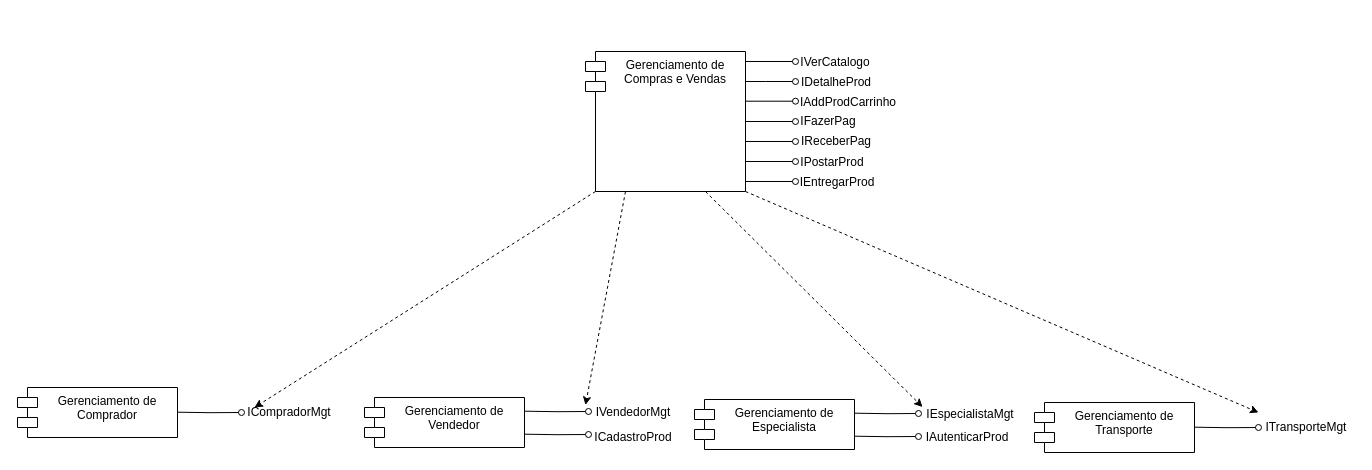
Before: page "Diagrama de Aquitetura de Componentes" (7 of 9) of DiagramasDeModelagem.drawio in luca-moraes/projetoCorintoModelagem, a draw.io diagram. Source tidied: cells renumbered, new cells numbered last; positions are measured from the earlier drawing's top-left corner, leaving out a move shared by most shapes. Both pictures are drawn from the tidied source at 100%, with x=0, y=0 at pixel (17, 47).
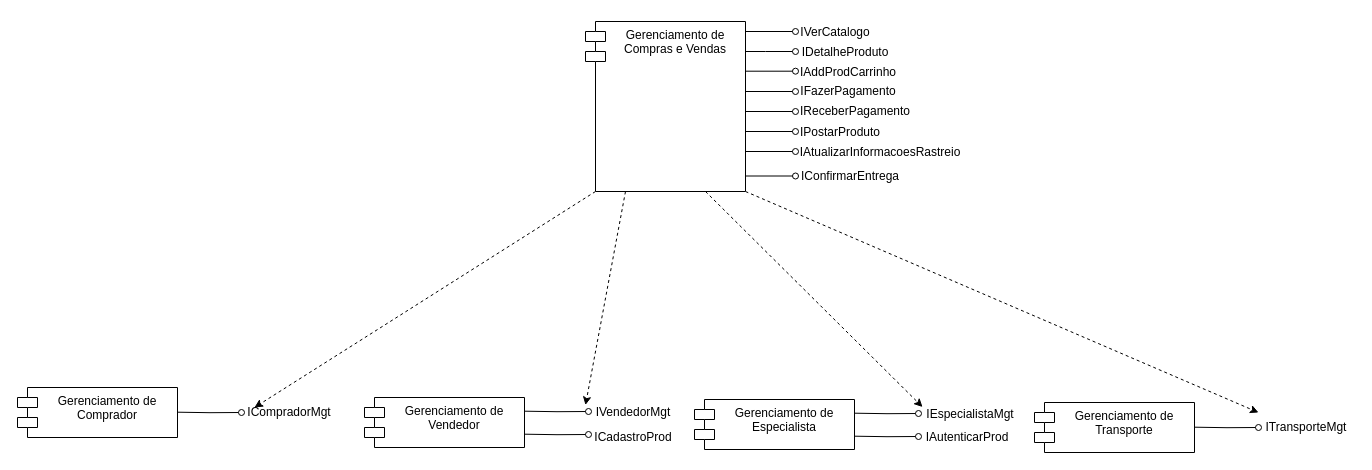
The same page after the edit.

Unchanged cells that the change refers to:
```xml
<mxCell id="4" value="ICompradorMgt" style="text;html=1;strokeColor=none;fillColor=none;align=center;verticalAlign=middle;whiteSpace=wrap;rounded=0;" parent="1" vertex="1">
  <mxGeometry x="224" y="350" width="96" height="30" as="geometry" />
</mxCell>
<mxCell id="7" value="IVendedorMgt" style="text;html=1;strokeColor=none;fillColor=none;align=center;verticalAlign=middle;whiteSpace=wrap;rounded=0;" parent="1" vertex="1">
  <mxGeometry x="568" y="350" width="96" height="30" as="geometry" />
</mxCell>
<mxCell id="12" value="IEspecialistaMgt" style="text;html=1;strokeColor=none;fillColor=none;align=center;verticalAlign=middle;whiteSpace=wrap;rounded=0;" parent="1" vertex="1">
  <mxGeometry x="905" y="352" width="96" height="30" as="geometry" />
</mxCell>
<mxCell id="17" value="ITransporteMgt" style="text;html=1;strokeColor=none;fillColor=none;align=center;verticalAlign=middle;whiteSpace=wrap;rounded=0;" parent="1" vertex="1">
  <mxGeometry x="1241" y="365" width="96" height="30" as="geometry" />
</mxCell>
```

Change to the diagram source:
```diff
@@
-    <mxCell id="18" style="edgeStyle=orthogonalEdgeStyle;rounded=0;orthogonalLoop=1;jettySize=auto;html=1;exitX=1;exitY=0.25;exitDx=0;exitDy=0;endArrow=oval;endFill=0;strokeWidth=1;jumpSize=6;" parent="1" edge="1">
-      <mxGeometry relative="1" as="geometry">
-        <mxPoint x="728" y="14" as="sourcePoint" />
-        <mxPoint x="778" y="14" as="targetPoint" />
-      </mxGeometry>
-    </mxCell>
-    <mxCell id="19" style="rounded=0;jettySize=auto;html=1;exitX=0;exitY=1;exitDx=10;exitDy=0;exitPerimeter=0;entryX=0.135;entryY=0.333;entryDx=0;entryDy=0;entryPerimeter=0;dashed=1;" parent="1" edge="1" source="23" target="4">
-      <mxGeometry relative="1" as="geometry" />
+    <mxCell id="19" style="rounded=0;jettySize=auto;html=1;exitX=0;exitY=1;exitDx=10;exitDy=0;exitPerimeter=0;entryX=0.135;entryY=0.333;entryDx=0;entryDy=0;entryPerimeter=0;dashed=1;" parent="1" edge="1" target="4">
+      <mxGeometry relative="1" as="geometry">
+        <mxPoint x="578" y="144" as="sourcePoint" />
+      </mxGeometry>
     </mxCell>
-    <mxCell id="20" style="rounded=0;jettySize=auto;html=1;exitX=0.25;exitY=1;exitDx=0;exitDy=0;entryX=0;entryY=0.25;entryDx=0;entryDy=0;dashed=1;" parent="1" edge="1" source="23" target="7">
-      <mxGeometry relative="1" as="geometry" />
+    <mxCell id="20" style="rounded=0;jettySize=auto;html=1;exitX=0.25;exitY=1;exitDx=0;exitDy=0;entryX=0;entryY=0.25;entryDx=0;entryDy=0;dashed=1;" parent="1" edge="1" target="7">
+      <mxGeometry relative="1" as="geometry">
+        <mxPoint x="608" y="144" as="sourcePoint" />
+      </mxGeometry>
     </mxCell>
-    <mxCell id="21" style="rounded=0;jettySize=auto;html=1;exitX=0.75;exitY=1;exitDx=0;exitDy=0;entryX=0;entryY=0.25;entryDx=0;entryDy=0;dashed=1;" parent="1" edge="1" source="23" target="12">
-      <mxGeometry relative="1" as="geometry" />
+    <mxCell id="21" style="rounded=0;jettySize=auto;html=1;exitX=0.75;exitY=1;exitDx=0;exitDy=0;entryX=0;entryY=0.25;entryDx=0;entryDy=0;dashed=1;" parent="1" edge="1" target="12">
+      <mxGeometry relative="1" as="geometry">
+        <mxPoint x="688" y="144" as="sourcePoint" />
+      </mxGeometry>
     </mxCell>
-    <mxCell id="22" style="rounded=0;jettySize=auto;html=1;exitX=1;exitY=1;exitDx=0;exitDy=0;entryX=0;entryY=0;entryDx=0;entryDy=0;dashed=1;" parent="1" edge="1" source="23" target="17">
-      <mxGeometry relative="1" as="geometry" />
+    <mxCell id="22" style="rounded=0;jettySize=auto;html=1;exitX=1;exitY=1;exitDx=0;exitDy=0;entryX=0;entryY=0;entryDx=0;entryDy=0;dashed=1;" parent="1" edge="1" target="17">
+      <mxGeometry relative="1" as="geometry">
+        <mxPoint x="728" y="144" as="sourcePoint" />
+      </mxGeometry>
     </mxCell>
+    <mxCell id="37" style="edgeStyle=orthogonalEdgeStyle;rounded=0;orthogonalLoop=1;jettySize=auto;html=1;exitX=1;exitY=0.25;exitDx=0;exitDy=0;endArrow=oval;endFill=0;strokeWidth=1;jumpSize=6;" parent="1" edge="1">
+      <mxGeometry relative="1" as="geometry">
+        <mxPoint x="728" y="-16" as="sourcePoint" />
+        <mxPoint x="778" y="-16" as="targetPoint" />
+      </mxGeometry>
+    </mxCell>
     <mxCell id="23" value="Gerenciamento de Compras&amp;nbsp;e Vendas" style="shape=module;align=center;spacingLeft=20;align=center;verticalAlign=top;whiteSpace=wrap;html=1;" parent="1" vertex="1">
-      <mxGeometry x="568" y="4" width="160" height="140" as="geometry" />
+      <mxGeometry x="568" y="-26" width="160" height="170" as="geometry" />
     </mxCell>
-    <mxCell id="24" style="edgeStyle=orthogonalEdgeStyle;rounded=0;orthogonalLoop=1;jettySize=auto;html=1;exitX=1;exitY=0.25;exitDx=0;exitDy=0;endArrow=oval;endFill=0;strokeWidth=1;jumpSize=6;" parent="1" edge="1">
-      <mxGeometry relative="1" as="geometry">
-        <mxPoint x="728" y="34" as="sourcePoint" />
-        <mxPoint x="778" y="34" as="targetPoint" />
-        <Array as="points">
-          <mxPoint x="748" y="34" />
-          <mxPoint x="748" y="34" />
-        </Array>
-      </mxGeometry>
-    </mxCell>
-    <mxCell id="25" style="edgeStyle=orthogonalEdgeStyle;rounded=0;orthogonalLoop=1;jettySize=auto;html=1;exitX=1;exitY=0.25;exitDx=0;exitDy=0;endArrow=oval;endFill=0;strokeWidth=1;jumpSize=6;" parent="1" edge="1">
-      <mxGeometry relative="1" as="geometry">
-        <mxPoint x="728" y="53.7" as="sourcePoint" />
-        <mxPoint x="778" y="53.7" as="targetPoint" />
-      </mxGeometry>
-    </mxCell>
-    <mxCell id="26" style="edgeStyle=orthogonalEdgeStyle;rounded=0;orthogonalLoop=1;jettySize=auto;html=1;exitX=1;exitY=0.25;exitDx=0;exitDy=0;endArrow=oval;endFill=0;strokeWidth=1;jumpSize=6;" parent="1" edge="1">
-      <mxGeometry relative="1" as="geometry">
-        <mxPoint x="728" y="74" as="sourcePoint" />
-        <mxPoint x="778" y="74" as="targetPoint" />
-      </mxGeometry>
-    </mxCell>
-    <mxCell id="27" style="edgeStyle=orthogonalEdgeStyle;rounded=0;orthogonalLoop=1;jettySize=auto;html=1;exitX=1;exitY=0.25;exitDx=0;exitDy=0;endArrow=oval;endFill=0;strokeWidth=1;jumpSize=6;" parent="1" edge="1">
-      <mxGeometry relative="1" as="geometry">
-        <mxPoint x="728" y="94" as="sourcePoint" />
-        <mxPoint x="778" y="94" as="targetPoint" />
-      </mxGeometry>
-    </mxCell>
-    <mxCell id="28" style="edgeStyle=orthogonalEdgeStyle;rounded=0;orthogonalLoop=1;jettySize=auto;html=1;exitX=1;exitY=0.25;exitDx=0;exitDy=0;endArrow=oval;endFill=0;strokeWidth=1;jumpSize=6;" parent="1" edge="1">
-      <mxGeometry relative="1" as="geometry">
-        <mxPoint x="728" y="114" as="sourcePoint" />
-        <mxPoint x="778" y="114" as="targetPoint" />
-      </mxGeometry>
-    </mxCell>
-    <mxCell id="29" style="edgeStyle=orthogonalEdgeStyle;rounded=0;orthogonalLoop=1;jettySize=auto;html=1;exitX=1;exitY=0.25;exitDx=0;exitDy=0;endArrow=oval;endFill=0;strokeWidth=1;jumpSize=6;" parent="1" edge="1">
-      <mxGeometry relative="1" as="geometry">
-        <mxPoint x="728" y="134" as="sourcePoint" />
-        <mxPoint x="778" y="134" as="targetPoint" />
-      </mxGeometry>
-    </mxCell>
+    <mxCell id="38" style="edgeStyle=orthogonalEdgeStyle;rounded=0;orthogonalLoop=1;jettySize=auto;html=1;exitX=1;exitY=0.25;exitDx=0;exitDy=0;endArrow=oval;endFill=0;strokeWidth=1;jumpSize=6;" parent="1" edge="1">
+      <mxGeometry relative="1" as="geometry">
+        <mxPoint x="728" y="4" as="sourcePoint" />
+        <mxPoint x="778" y="4" as="targetPoint" />
+        <Array as="points">
+          <mxPoint x="748" y="4" />
+          <mxPoint x="748" y="4" />
+        </Array>
+      </mxGeometry>
+    </mxCell>
+    <mxCell id="39" style="edgeStyle=orthogonalEdgeStyle;rounded=0;orthogonalLoop=1;jettySize=auto;html=1;exitX=1;exitY=0.25;exitDx=0;exitDy=0;endArrow=oval;endFill=0;strokeWidth=1;jumpSize=6;" parent="1" edge="1">
+      <mxGeometry relative="1" as="geometry">
+        <mxPoint x="728" y="23.7" as="sourcePoint" />
+        <mxPoint x="778" y="23.7" as="targetPoint" />
+      </mxGeometry>
+    </mxCell>
+    <mxCell id="40" style="edgeStyle=orthogonalEdgeStyle;rounded=0;orthogonalLoop=1;jettySize=auto;html=1;exitX=1;exitY=0.25;exitDx=0;exitDy=0;endArrow=oval;endFill=0;strokeWidth=1;jumpSize=6;" parent="1" edge="1">
+      <mxGeometry relative="1" as="geometry">
+        <mxPoint x="728" y="44" as="sourcePoint" />
+        <mxPoint x="778" y="44" as="targetPoint" />
+      </mxGeometry>
+    </mxCell>
+    <mxCell id="41" style="edgeStyle=orthogonalEdgeStyle;rounded=0;orthogonalLoop=1;jettySize=auto;html=1;exitX=1;exitY=0.25;exitDx=0;exitDy=0;endArrow=oval;endFill=0;strokeWidth=1;jumpSize=6;" parent="1" edge="1">
+      <mxGeometry relative="1" as="geometry">
+        <mxPoint x="728" y="64" as="sourcePoint" />
+        <mxPoint x="778" y="64" as="targetPoint" />
+      </mxGeometry>
+    </mxCell>
+    <mxCell id="42" style="edgeStyle=orthogonalEdgeStyle;rounded=0;orthogonalLoop=1;jettySize=auto;html=1;exitX=1;exitY=0.25;exitDx=0;exitDy=0;endArrow=oval;endFill=0;strokeWidth=1;jumpSize=6;" parent="1" edge="1">
+      <mxGeometry relative="1" as="geometry">
+        <mxPoint x="728" y="84" as="sourcePoint" />
+        <mxPoint x="778" y="84" as="targetPoint" />
+      </mxGeometry>
+    </mxCell>
+    <mxCell id="43" style="edgeStyle=orthogonalEdgeStyle;rounded=0;orthogonalLoop=1;jettySize=auto;html=1;exitX=1;exitY=0.25;exitDx=0;exitDy=0;endArrow=oval;endFill=0;strokeWidth=1;jumpSize=6;" parent="1" edge="1">
+      <mxGeometry relative="1" as="geometry">
+        <mxPoint x="728" y="104" as="sourcePoint" />
+        <mxPoint x="778" y="104" as="targetPoint" />
+      </mxGeometry>
+    </mxCell>
     <mxCell id="30" value="IVerCatalogo" style="text;html=1;strokeColor=none;fillColor=none;align=center;verticalAlign=middle;whiteSpace=wrap;rounded=0;" parent="1" vertex="1">
-      <mxGeometry x="788" width="60" height="30" as="geometry" />
+      <mxGeometry x="788" y="-30" width="60" height="30" as="geometry" />
     </mxCell>
-    <mxCell id="31" value="IDetalheProd" style="text;html=1;strokeColor=none;fillColor=none;align=center;verticalAlign=middle;whiteSpace=wrap;rounded=0;" parent="1" vertex="1">
-      <mxGeometry x="789" y="20" width="60" height="30" as="geometry" />
-    </mxCell>
+    <mxCell id="44" value="IDetalheProduto" style="text;html=1;strokeColor=none;fillColor=none;align=center;verticalAlign=middle;whiteSpace=wrap;rounded=0;" parent="1" vertex="1">
+      <mxGeometry x="798" y="-10" width="60" height="30" as="geometry" />
+    </mxCell>
     <mxCell id="32" value="IAddProdCarrinho" style="text;html=1;strokeColor=none;fillColor=none;align=center;verticalAlign=middle;whiteSpace=wrap;rounded=0;" parent="1" vertex="1">
-      <mxGeometry x="801" y="40" width="60" height="30" as="geometry" />
+      <mxGeometry x="801" y="10" width="60" height="30" as="geometry" />
     </mxCell>
-    <mxCell id="33" value="IFazerPag" style="text;html=1;strokeColor=none;fillColor=none;align=center;verticalAlign=middle;whiteSpace=wrap;rounded=0;" parent="1" vertex="1">
-      <mxGeometry x="781" y="59" width="60" height="30" as="geometry" />
-    </mxCell>
-    <mxCell id="34" value="IReceberPag" style="text;html=1;strokeColor=none;fillColor=none;align=center;verticalAlign=middle;whiteSpace=wrap;rounded=0;" parent="1" vertex="1">
-      <mxGeometry x="789" y="79" width="60" height="30" as="geometry" />
-    </mxCell>
-    <mxCell id="35" value="IEntregarProd" style="text;html=1;strokeColor=none;fillColor=none;align=center;verticalAlign=middle;whiteSpace=wrap;rounded=0;" parent="1" vertex="1">
-      <mxGeometry x="790" y="120" width="60" height="30" as="geometry" />
-    </mxCell>
-    <mxCell id="36" value="IPostarProd" style="text;html=1;strokeColor=none;fillColor=none;align=center;verticalAlign=middle;whiteSpace=wrap;rounded=0;" parent="1" vertex="1">
-      <mxGeometry x="785" y="100" width="60" height="30" as="geometry" />
-    </mxCell>
+    <mxCell id="45" value="IFazerPagamento" style="text;html=1;strokeColor=none;fillColor=none;align=center;verticalAlign=middle;whiteSpace=wrap;rounded=0;" parent="1" vertex="1">
+      <mxGeometry x="801" y="29" width="60" height="30" as="geometry" />
+    </mxCell>
+    <mxCell id="46" value="IReceberPagamento" style="text;html=1;strokeColor=none;fillColor=none;align=center;verticalAlign=middle;whiteSpace=wrap;rounded=0;" parent="1" vertex="1">
+      <mxGeometry x="808" y="49" width="60" height="30" as="geometry" />
+    </mxCell>
+    <mxCell id="47" value="IAtualizarInformacoesRastreio" style="text;html=1;strokeColor=none;fillColor=none;align=center;verticalAlign=middle;whiteSpace=wrap;rounded=0;" parent="1" vertex="1">
+      <mxGeometry x="828" y="90" width="70" height="30" as="geometry" />
+    </mxCell>
+    <mxCell id="48" value="IPostarProduto" style="text;html=1;strokeColor=none;fillColor=none;align=center;verticalAlign=middle;whiteSpace=wrap;rounded=0;" parent="1" vertex="1">
+      <mxGeometry x="788" y="70" width="70" height="30" as="geometry" />
+    </mxCell>
+    <mxCell id="49" style="edgeStyle=orthogonalEdgeStyle;rounded=0;orthogonalLoop=1;jettySize=auto;html=1;exitX=1;exitY=0.25;exitDx=0;exitDy=0;endArrow=oval;endFill=0;strokeWidth=1;jumpSize=6;" parent="1" edge="1">
+      <mxGeometry relative="1" as="geometry">
+        <mxPoint x="728" y="128.5" as="sourcePoint" />
+        <mxPoint x="778" y="128.5" as="targetPoint" />
+      </mxGeometry>
+    </mxCell>
+    <mxCell id="50" value="IConfirmarEntrega" style="text;html=1;strokeColor=none;fillColor=none;align=center;verticalAlign=middle;whiteSpace=wrap;rounded=0;" parent="1" vertex="1">
+      <mxGeometry x="798" y="114" width="70" height="30" as="geometry" />
+    </mxCell>
```
